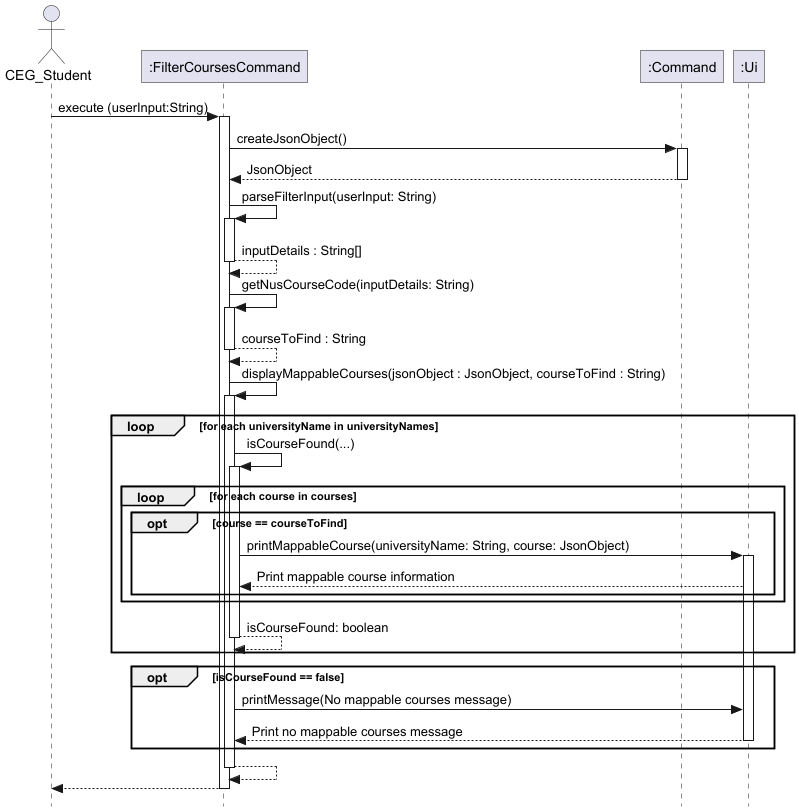
Before: docs/images/FilterCoursesCommand.png, a diagram exported from PlantUML (nus-cs2113-AY2425S1/tp).
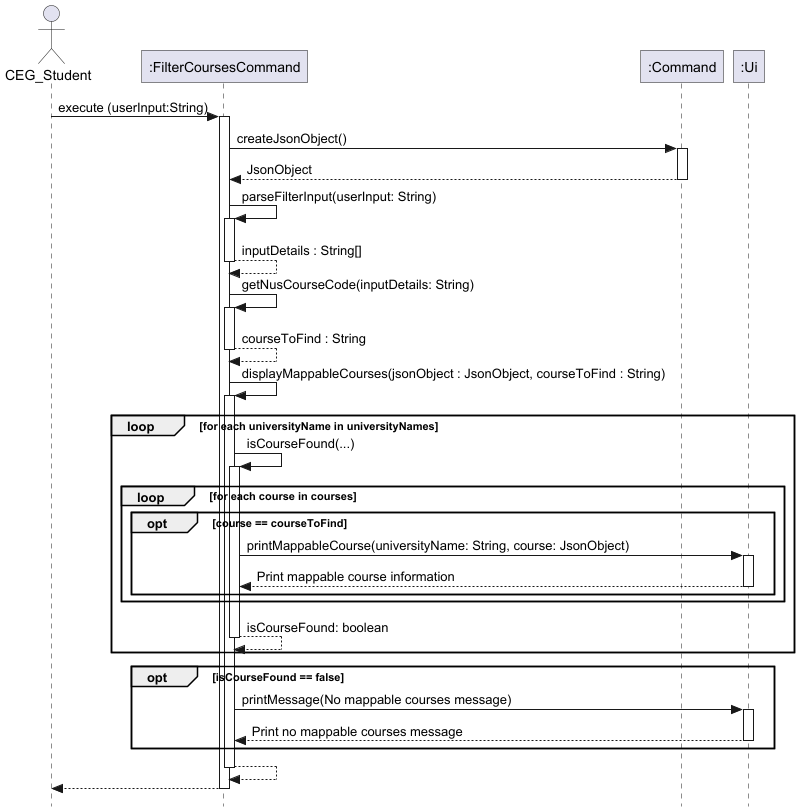
The same diagram one commit later.

Commit message:
Bug Fix: Activation bar for UI class

Change to the diagram source:
```diff
@@ -35,7 +35,7 @@
         opt course == courseToFind
             FilterCoursesCommand -> UI: printMappableCourse(universityName: String, course: JsonObject)
             activate UI
-            UI --> FilterCoursesCommand: Print mappable course information
+            return Print mappable course information
         end
     end
     FilterCoursesCommand --> FilterCoursesCommand: isCourseFound: boolean
@@ -44,8 +44,8 @@
 
 opt isCourseFound == false
     FilterCoursesCommand -> UI: printMessage(No mappable courses message)
-    UI --> FilterCoursesCommand: Print no mappable courses message
-    deactivate UI
+    activate UI
+    return Print no mappable courses message
 end
 
 FilterCoursesCommand --> FilterCoursesCommand
```
